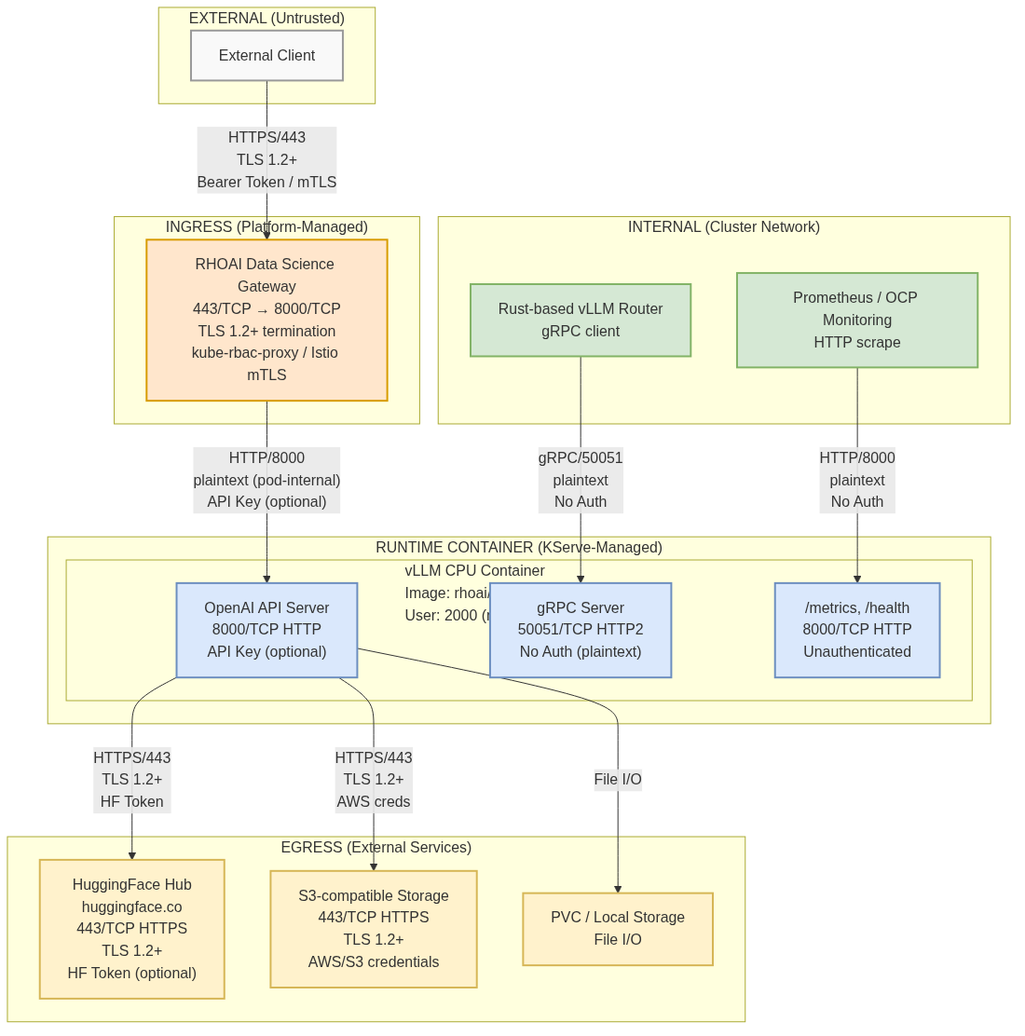
Earlier version of the Mermaid export architecture/rhoai-3.4-ea.2/diagrams/vllm-cpu-security-network.png (rhuss/architecture-context). Its source is kept beside it as architecture/rhoai-3.4-ea.2/diagrams/vllm-cpu-security-network.mmd. Source of this version:
```mermaid

graph TB
    subgraph External["EXTERNAL (Untrusted)"]
        Client["External Client"]
    end

    subgraph Ingress["INGRESS (Platform-Managed)"]
        Gateway["RHOAI Data Science Gateway<br/>443/TCP → 8000/TCP<br/>TLS 1.2+ termination<br/>kube-rbac-proxy / Istio mTLS"]
    end

    subgraph RuntimePod["RUNTIME CONTAINER (KServe-Managed)"]
        direction TB

        subgraph Container["vLLM CPU Container<br/>Image: rhoai/odh-vllm-cpu-rhel9<br/>User: 2000 (non-root) | Base: UBI9"]
            APIServer["OpenAI API Server<br/>8000/TCP HTTP<br/>API Key (optional)"]
            GRPCService["gRPC Server<br/>50051/TCP HTTP2<br/>No Auth (plaintext)"]
            MetricsEndpoint["/metrics, /health<br/>8000/TCP HTTP<br/>Unauthenticated"]
        end
    end

    subgraph Internal["INTERNAL (Cluster Network)"]
        Router["Rust-based vLLM Router<br/>gRPC client"]
        Prometheus["Prometheus / OCP Monitoring<br/>HTTP scrape"]
    end

    subgraph ExternalServices["EGRESS (External Services)"]
        HFHub["HuggingFace Hub<br/>huggingface.co<br/>443/TCP HTTPS<br/>TLS 1.2+<br/>HF Token (optional)"]
        S3["S3-compatible Storage<br/>443/TCP HTTPS<br/>TLS 1.2+<br/>AWS/S3 credentials"]
        PVC["PVC / Local Storage<br/>File I/O"]
    end

    Client -->|"HTTPS/443<br/>TLS 1.2+<br/>Bearer Token / mTLS"| Gateway
    Gateway -->|"HTTP/8000<br/>plaintext (pod-internal)<br/>API Key (optional)"| APIServer
    Router -->|"gRPC/50051<br/>plaintext<br/>No Auth"| GRPCService
    Prometheus -->|"HTTP/8000<br/>plaintext<br/>No Auth"| MetricsEndpoint

    APIServer -->|"HTTPS/443<br/>TLS 1.2+<br/>HF Token"| HFHub
    APIServer -->|"HTTPS/443<br/>TLS 1.2+<br/>AWS creds"| S3
    APIServer -->|"File I/O"| PVC

    classDef external fill:#f9f9f9,stroke:#999,stroke-width:2px
    classDef ingress fill:#ffe6cc,stroke:#d79b00,stroke-width:2px
    classDef runtime fill:#dae8fc,stroke:#6c8ebf,stroke-width:2px
    classDef internal fill:#d5e8d4,stroke:#82b366,stroke-width:2px
    classDef externalservice fill:#fff2cc,stroke:#d6b656,stroke-width:2px

    class Client external
    class Gateway ingress
    class APIServer,GRPCService,MetricsEndpoint runtime
    class Router,Prometheus internal
    class HFHub,S3,PVC externalservice
```
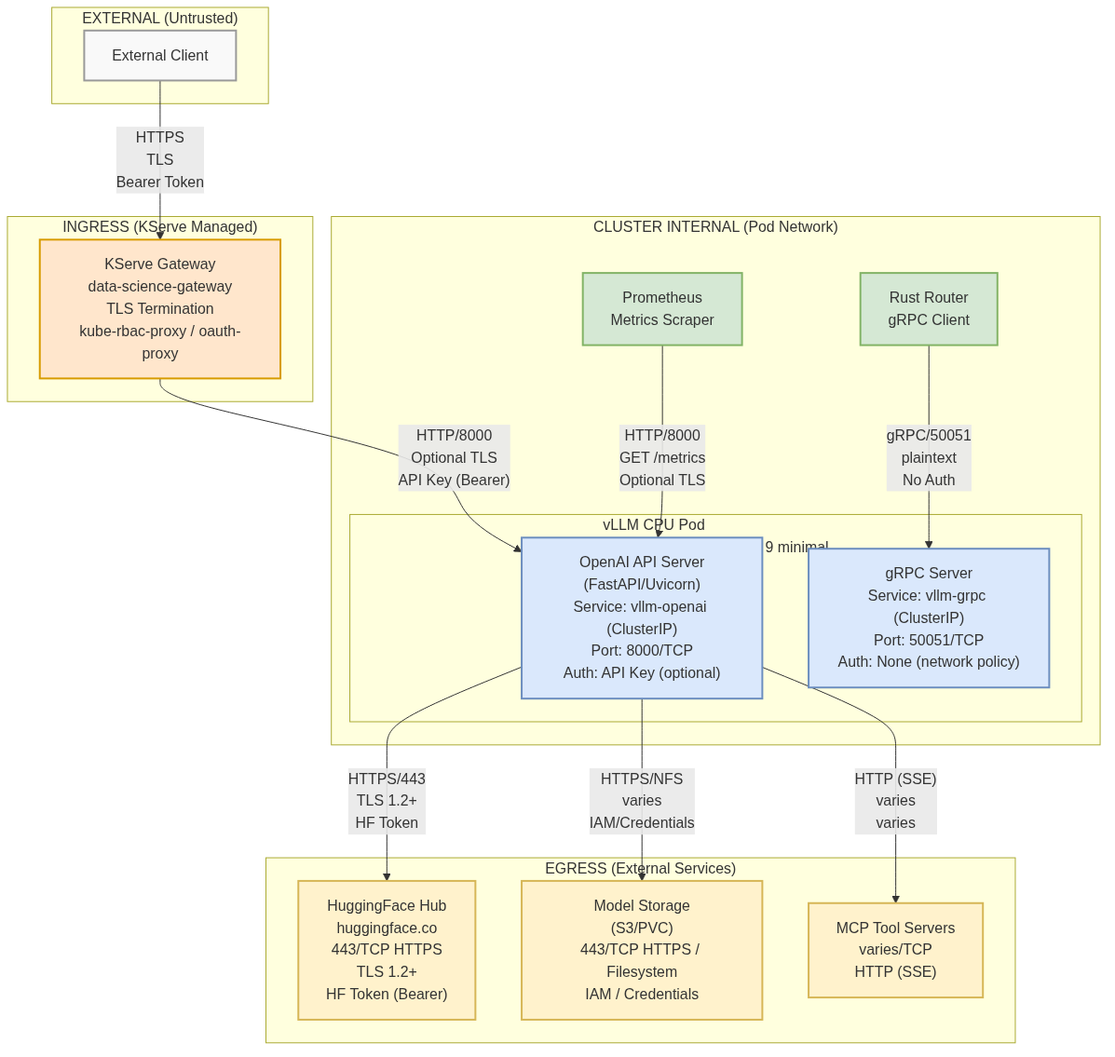
Above is the later version.

The edit, as a diff of the source:
```diff
@@ -4,48 +4,47 @@
         Client["External Client"]
     end
 
-    subgraph Ingress["INGRESS (Platform-Managed)"]
-        Gateway["RHOAI Data Science Gateway<br/>443/TCP → 8000/TCP<br/>TLS 1.2+ termination<br/>kube-rbac-proxy / Istio mTLS"]
+    subgraph Ingress["INGRESS (KServe Managed)"]
+        Gateway["KServe Gateway<br/>data-science-gateway<br/>TLS Termination<br/>kube-rbac-proxy / oauth-proxy"]
     end
 
-    subgraph RuntimePod["RUNTIME CONTAINER (KServe-Managed)"]
+    subgraph ClusterInternal["CLUSTER INTERNAL (Pod Network)"]
         direction TB
 
-        subgraph Container["vLLM CPU Container<br/>Image: rhoai/odh-vllm-cpu-rhel9<br/>User: 2000 (non-root) | Base: UBI9"]
-            APIServer["OpenAI API Server<br/>8000/TCP HTTP<br/>API Key (optional)"]
-            GRPCService["gRPC Server<br/>50051/TCP HTTP2<br/>No Auth (plaintext)"]
-            MetricsEndpoint["/metrics, /health<br/>8000/TCP HTTP<br/>Unauthenticated"]
+        subgraph VLLMPod["vLLM CPU Pod<br/>UID: 2000 | GID: 0 | UBI 9 minimal"]
+            OpenAI["OpenAI API Server<br/>(FastAPI/Uvicorn)<br/>Service: vllm-openai (ClusterIP)<br/>Port: 8000/TCP<br/>Auth: API Key (optional)"]
+            GRPC["gRPC Server<br/>Service: vllm-grpc (ClusterIP)<br/>Port: 50051/TCP<br/>Auth: None (network policy)"]
         end
+
+        Prometheus["Prometheus<br/>Metrics Scraper"]
+        RustRouter["Rust Router<br/>gRPC Client"]
     end
 
-    subgraph Internal["INTERNAL (Cluster Network)"]
-        Router["Rust-based vLLM Router<br/>gRPC client"]
-        Prometheus["Prometheus / OCP Monitoring<br/>HTTP scrape"]
+    subgraph EgressZone["EGRESS (External Services)"]
+        HFHub["HuggingFace Hub<br/>huggingface.co<br/>443/TCP HTTPS<br/>TLS 1.2+<br/>HF Token (Bearer)"]
+        ModelStorage["Model Storage<br/>(S3/PVC)<br/>443/TCP HTTPS / Filesystem<br/>IAM / Credentials"]
+        MCPTools["MCP Tool Servers<br/>varies/TCP<br/>HTTP (SSE)"]
     end
 
-    subgraph ExternalServices["EGRESS (External Services)"]
-        HFHub["HuggingFace Hub<br/>huggingface.co<br/>443/TCP HTTPS<br/>TLS 1.2+<br/>HF Token (optional)"]
-        S3["S3-compatible Storage<br/>443/TCP HTTPS<br/>TLS 1.2+<br/>AWS/S3 credentials"]
-        PVC["PVC / Local Storage<br/>File I/O"]
-    end
+    Client -->|"HTTPS<br/>TLS<br/>Bearer Token"| Gateway
 
-    Client -->|"HTTPS/443<br/>TLS 1.2+<br/>Bearer Token / mTLS"| Gateway
-    Gateway -->|"HTTP/8000<br/>plaintext (pod-internal)<br/>API Key (optional)"| APIServer
-    Router -->|"gRPC/50051<br/>plaintext<br/>No Auth"| GRPCService
-    Prometheus -->|"HTTP/8000<br/>plaintext<br/>No Auth"| MetricsEndpoint
+    Gateway -->|"HTTP/8000<br/>Optional TLS<br/>API Key (Bearer)"| OpenAI
 
-    APIServer -->|"HTTPS/443<br/>TLS 1.2+<br/>HF Token"| HFHub
-    APIServer -->|"HTTPS/443<br/>TLS 1.2+<br/>AWS creds"| S3
-    APIServer -->|"File I/O"| PVC
+    Prometheus -->|"HTTP/8000<br/>GET /metrics<br/>Optional TLS"| OpenAI
+    RustRouter -->|"gRPC/50051<br/>plaintext<br/>No Auth"| GRPC
+
+    OpenAI -->|"HTTPS/443<br/>TLS 1.2+<br/>HF Token"| HFHub
+    OpenAI -->|"HTTPS/NFS<br/>varies<br/>IAM/Credentials"| ModelStorage
+    OpenAI -->|"HTTP (SSE)<br/>varies<br/>varies"| MCPTools
 
     classDef external fill:#f9f9f9,stroke:#999,stroke-width:2px
     classDef ingress fill:#ffe6cc,stroke:#d79b00,stroke-width:2px
-    classDef runtime fill:#dae8fc,stroke:#6c8ebf,stroke-width:2px
     classDef internal fill:#d5e8d4,stroke:#82b366,stroke-width:2px
-    classDef externalservice fill:#fff2cc,stroke:#d6b656,stroke-width:2px
+    classDef pod fill:#dae8fc,stroke:#6c8ebf,stroke-width:2px
+    classDef egress fill:#fff2cc,stroke:#d6b656,stroke-width:2px
 
     class Client external
     class Gateway ingress
-    class APIServer,GRPCService,MetricsEndpoint runtime
-    class Router,Prometheus internal
-    class HFHub,S3,PVC externalservice
+    class OpenAI,GRPC pod
+    class Prometheus,RustRouter internal
+    class HFHub,ModelStorage,MCPTools egress
```
